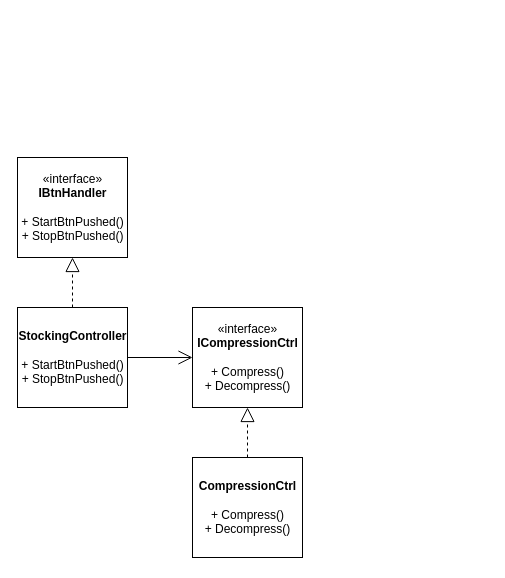
The draw.io diagram case1/Compression_Exercise_1A.drawio in emanuel985/SW-Design, before the edit. Source tidied: cells renumbered, new cells numbered last; positions are measured from the earlier drawing's top-left corner, leaving out a move shared by most shapes. Both pictures are drawn from the tidied source at 100%, with x=0, y=0 at pixel (17, 157).
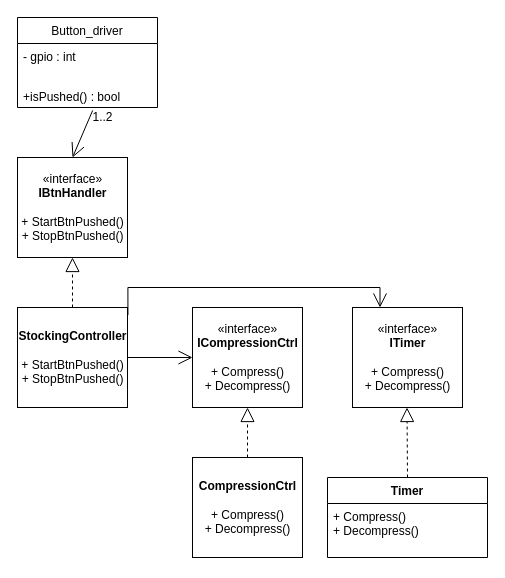
After the change.

The change refers to these unchanged cells:
```xml
<mxCell id="2" value="«interface»&lt;br&gt;&lt;b&gt;IBtnHandler&lt;/b&gt;&lt;br&gt;&lt;br&gt;+ StartBtnPushed()&lt;br&gt;+ StopBtnPushed()" style="html=1;" parent="1" vertex="1">
  <mxGeometry width="110" height="100" as="geometry" />
</mxCell>
<mxCell id="3" value="&lt;b&gt;StockingController&lt;/b&gt;&lt;br&gt;&lt;br&gt;+ StartBtnPushed()&lt;br&gt;+ StopBtnPushed()" style="html=1;" parent="1" vertex="1">
  <mxGeometry y="150" width="110" height="100" as="geometry" />
</mxCell>
```

The edit, as a diff of the source:
```diff
@@
+    <mxCell id="9" value="Timer&#10;" style="swimlane;fontStyle=1;align=center;verticalAlign=top;horizontal=1;startSize=26;" parent="1" vertex="1">
+      <mxGeometry x="310" y="320" width="160" height="80" as="geometry" />
+    </mxCell>
+    <mxCell id="10" value="+ Compress()&#10;+ Decompress()" style="text;strokeColor=none;fillColor=none;align=left;verticalAlign=top;spacingLeft=4;spacingRight=4;overflow=hidden;" parent="9" vertex="1">
+      <mxGeometry y="26" width="160" height="54" as="geometry" />
+    </mxCell>
+    <mxCell id="11" style="endArrow=open;endFill=1;endSize=12;html=1;rounded=0;exitX=0.537;exitY=1.077;exitDx=0;exitDy=0;entryX=0.5;entryY=0;entryDx=0;entryDy=0;exitPerimeter=0;" parent="1" edge="1" source="14" target="2">
+      <mxGeometry relative="1" as="geometry" />
+    </mxCell>
+    <mxCell id="12" value="Button_driver" style="swimlane;fontStyle=0;horizontal=1;startSize=26;fillColor=none;" parent="1" vertex="1">
+      <mxGeometry y="-140" width="140" height="90" as="geometry" />
+    </mxCell>
+    <mxCell id="13" value="- gpio : int" style="text;strokeColor=none;fillColor=none;align=left;verticalAlign=top;spacingLeft=4;spacingRight=4;overflow=hidden;" parent="12" vertex="1">
+      <mxGeometry y="26" width="140" height="26" as="geometry" />
+    </mxCell>
+    <mxCell id="14" value="&#10;+isPushed() : bool" style="text;strokeColor=none;fillColor=none;align=left;verticalAlign=top;spacingLeft=4;spacingRight=4;overflow=hidden;points=[[0,0.5],[1,0.5]];portConstraint=eastwest;" parent="12" vertex="1">
+      <mxGeometry y="52" width="140" height="38" as="geometry" />
+    </mxCell>
+    <mxCell id="15" value="«interface»&lt;br&gt;&lt;b&gt;ITimer&lt;/b&gt;&lt;br&gt;&lt;br&gt;+ Compress()&lt;br&gt;+ Decompress()" style="html=1;" parent="1" vertex="1">
+      <mxGeometry x="335" y="150" width="110" height="100" as="geometry" />
+    </mxCell>
+    <mxCell id="16" style="endArrow=open;endFill=1;endSize=12;html=1;rounded=0;entryX=0.25;entryY=0;entryDx=0;entryDy=0;exitX=1.004;exitY=0.076;exitDx=0;exitDy=0;exitPerimeter=0;edgeStyle=orthogonalEdgeStyle;" parent="1" edge="1" source="3" target="15">
+      <mxGeometry relative="1" as="geometry">
+        <Array as="points">
+          <mxPoint x="110" y="130" />
+          <mxPoint x="363" y="130" />
+        </Array>
+      </mxGeometry>
+    </mxCell>
+    <mxCell id="17" style="endArrow=block;dashed=1;endFill=0;endSize=12;html=1;rounded=0;entryX=0.5;entryY=1;entryDx=0;entryDy=0;exitX=0.5;exitY=0;exitDx=0;exitDy=0;" parent="1" edge="1" source="9">
+      <mxGeometry relative="1" as="geometry">
+        <mxPoint x="389.5" y="250" as="targetPoint" />
+      </mxGeometry>
+    </mxCell>
+    <mxCell id="18" value="1..2" style="text;html=1;align=center;verticalAlign=middle;strokeColor=none;fillColor=none;" parent="1" vertex="1">
+      <mxGeometry x="65" y="-55" width="40" height="30" as="geometry" />
+    </mxCell>
```
